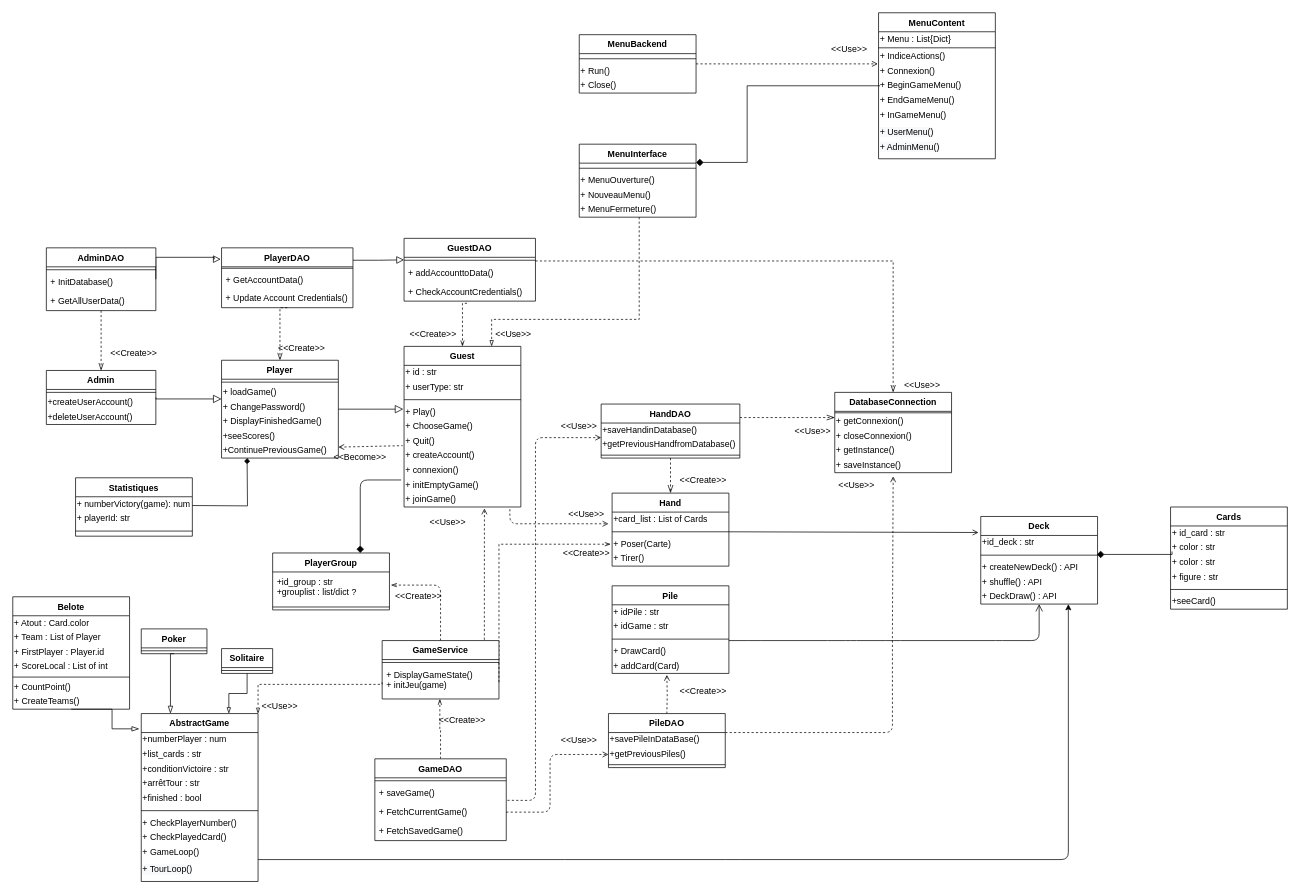
Earlier version of the draw.io diagram Diagrams/ClassDiagram.drawio (MailineN/ProjetInfo2A). Source tidied: cells renumbered, new cells numbered last; positions are measured from the earlier drawing's top-left corner, leaving out a move shared by most shapes. Both pictures are drawn from the tidied source at 73%, with x=0, y=0 at pixel (12, 12).
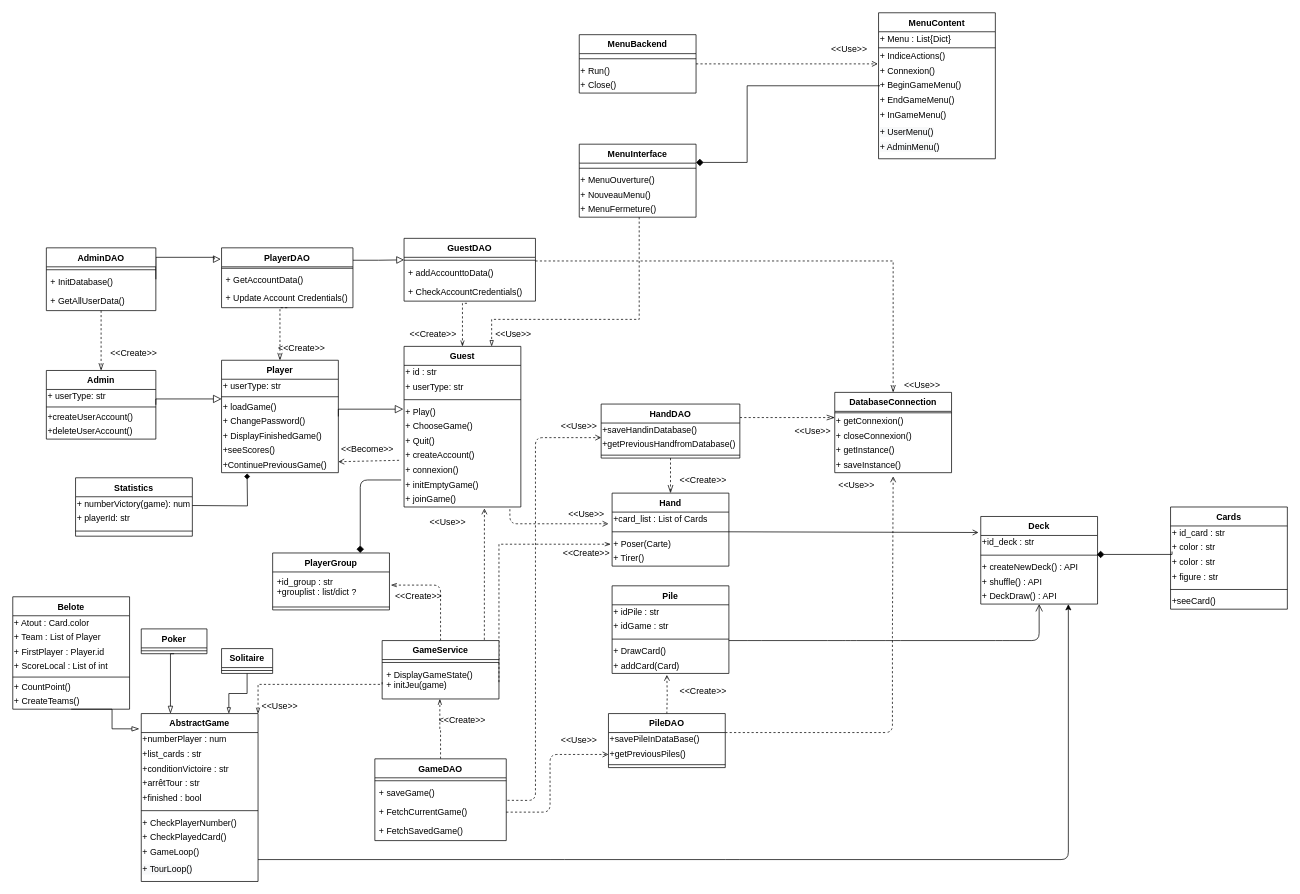
Above is the later version.

Unchanged cells that the change refers to:
```xml
<mxCell id="61" value="+ createAccount()" style="text;html=1;align=left;verticalAlign=middle;points=[];fontColor=none;" parent="54" vertex="1">
  <mxGeometry y="140" width="160" height="20" as="geometry" />
</mxCell>
```

Diff of the diagram source:
```diff
@@
-    <mxCell id="28" style="endArrow=none;dashed=1;html=1;strokeWidth=1;fontColor=none;entryX=-0.012;entryY=-0.2;entryDx=0;entryDy=0;entryPerimeter=0;exitX=1;exitY=0.25;exitDx=0;exitDy=0;endFill=0;startArrow=open;startFill=0;" parent="1" edge="1" source="126" target="61">
-      <mxGeometry relative="1" as="geometry" />
+    <mxCell id="28" style="endArrow=none;dashed=1;html=1;strokeWidth=1;fontColor=none;exitX=1;exitY=0.25;exitDx=0;exitDy=0;endFill=0;startArrow=open;startFill=0;" parent="1" edge="1" source="126">
+      <mxGeometry relative="1" as="geometry">
+        <mxPoint x="532" y="613" as="targetPoint" />
+      </mxGeometry>
     </mxCell>
     <mxCell id="29" value="&amp;lt;&amp;lt;Become&amp;gt;&amp;gt;" style="text;html=1;strokeColor=none;fillColor=none;align=center;verticalAlign=middle;whiteSpace=wrap;rounded=0;fontColor=none;" parent="1" vertex="1">
-      <mxGeometry x="456" y="600" width="40" height="17" as="geometry" />
+      <mxGeometry x="466" y="589" width="40" height="17" as="geometry" />
     </mxCell>
@@
     <mxCell id="39" style="edgeStyle=orthogonalEdgeStyle;rounded=0;jettySize=auto;html=1;exitX=1;exitY=0.5;exitDx=0;exitDy=0;endArrow=block;endFill=0;fontColor=none;endSize=9;" parent="1" edge="1" source="120">
       <mxGeometry relative="1" as="geometry">
         <mxPoint x="535" y="543" as="targetPoint" />
+        <Array as="points">
+          <mxPoint x="446" y="543" />
+        </Array>
       </mxGeometry>
     </mxCell>
@@
     <mxCell id="41" style="edgeStyle=orthogonalEdgeStyle;rounded=0;orthogonalLoop=1;jettySize=auto;html=1;exitX=1;exitY=0.5;exitDx=0;exitDy=0;endArrow=diamond;endFill=1;" parent="1" edge="1">
       <mxGeometry relative="1" as="geometry">
         <mxPoint x="246" y="675" as="sourcePoint" />
-        <mxPoint x="321" y="610" as="targetPoint" />
+        <mxPoint x="321" y="631" as="targetPoint" />
       </mxGeometry>
     </mxCell>
@@
     <mxCell id="112" value="Admin" style="swimlane;fontStyle=1;align=center;verticalAlign=top;horizontal=1;startSize=26;fontColor=none;" parent="1" vertex="1">
-      <mxGeometry x="46" y="490" width="150" height="74" as="geometry" />
+      <mxGeometry x="46" y="490" width="150" height="94" as="geometry" />
     </mxCell>
+    <mxCell id="183" value="+ userType: str" style="text;html=1;align=left;verticalAlign=middle;fontColor=none;" parent="112" vertex="1">
+      <mxGeometry y="26" width="150" height="20" as="geometry" />
+    </mxCell>
     <mxCell id="113" style="line;strokeWidth=1;fillColor=none;align=left;verticalAlign=middle;spacingTop=-1;spacingLeft=3;spacingRight=3;labelPosition=right;" parent="112" vertex="1">
-      <mxGeometry y="26" width="150" height="8" as="geometry" />
+      <mxGeometry y="46" width="150" height="8" as="geometry" />
     </mxCell>
     <mxCell id="114" value="+createUserAccount()" style="text;html=1;strokeColor=none;fillColor=none;align=left;verticalAlign=middle;whiteSpace=wrap;rounded=0;" parent="112" vertex="1">
-      <mxGeometry y="34" width="150" height="20" as="geometry" />
+      <mxGeometry y="54" width="150" height="20" as="geometry" />
     </mxCell>
     <mxCell id="115" value="+deleteUserAccount()" style="text;html=1;strokeColor=none;fillColor=none;align=left;verticalAlign=middle;whiteSpace=wrap;rounded=0;" parent="112" vertex="1">
-      <mxGeometry y="54" width="150" height="20" as="geometry" />
+      <mxGeometry y="74" width="150" height="20" as="geometry" />
     </mxCell>
-    <mxCell id="116" value="Statistiques" style="swimlane;fontStyle=1;align=center;verticalAlign=top;horizontal=1;startSize=26;" parent="1" vertex="1">
+    <mxCell id="116" value="Statistics" style="swimlane;fontStyle=1;align=center;verticalAlign=top;horizontal=1;startSize=26;" parent="1" vertex="1">
       <mxGeometry x="86" y="637" width="160" height="80" as="geometry" />
     </mxCell>
@@
     <mxCell id="120" value="Player" style="swimlane;fontStyle=1;align=center;verticalAlign=top;horizontal=1;startSize=26;fontColor=none;" parent="1" vertex="1">
-      <mxGeometry x="286" y="476" width="160" height="134" as="geometry" />
+      <mxGeometry x="286" y="476" width="160" height="154" as="geometry" />
     </mxCell>
+    <mxCell id="184" value="+ userType: str" style="text;html=1;align=left;verticalAlign=middle;fontColor=none;" parent="120" vertex="1">
+      <mxGeometry y="26" width="160" height="20" as="geometry" />
+    </mxCell>
     <mxCell id="121" style="line;strokeWidth=1;fillColor=none;align=left;verticalAlign=middle;spacingTop=-1;spacingLeft=3;spacingRight=3;labelPosition=right;" parent="120" vertex="1">
-      <mxGeometry y="26" width="160" height="8" as="geometry" />
+      <mxGeometry y="46" width="160" height="8" as="geometry" />
     </mxCell>
     <mxCell id="122" value="+ loadGame()" style="text;html=1;align=left;verticalAlign=middle;fontColor=none;" parent="120" vertex="1">
-      <mxGeometry y="34" width="160" height="20" as="geometry" />
+      <mxGeometry y="54" width="160" height="20" as="geometry" />
     </mxCell>
     <mxCell id="123" value="+ ChangePassword()" style="text;html=1;align=left;verticalAlign=middle;fontColor=none;" parent="120" vertex="1">
-      <mxGeometry y="54" width="160" height="20" as="geometry" />
+      <mxGeometry y="74" width="160" height="20" as="geometry" />
     </mxCell>
     <mxCell id="124" value="+ DisplayFinishedGame()" style="text;html=1;align=left;verticalAlign=middle;fontColor=none;" parent="120" vertex="1">
-      <mxGeometry y="74" width="160" height="20" as="geometry" />
+      <mxGeometry y="94" width="160" height="20" as="geometry" />
     </mxCell>
     <mxCell id="125" value="+seeScores()" style="text;html=1;strokeColor=none;fillColor=none;align=left;verticalAlign=middle;whiteSpace=wrap;rounded=0;" parent="120" vertex="1">
-      <mxGeometry y="94" width="160" height="20" as="geometry" />
+      <mxGeometry y="114" width="160" height="20" as="geometry" />
     </mxCell>
     <mxCell id="126" value="+ContinuePreviousGame()" style="text;html=1;strokeColor=none;fillColor=none;align=left;verticalAlign=middle;whiteSpace=wrap;rounded=0;" parent="120" vertex="1">
-      <mxGeometry y="114" width="160" height="20" as="geometry" />
+      <mxGeometry y="134" width="160" height="20" as="geometry" />
     </mxCell>
```
